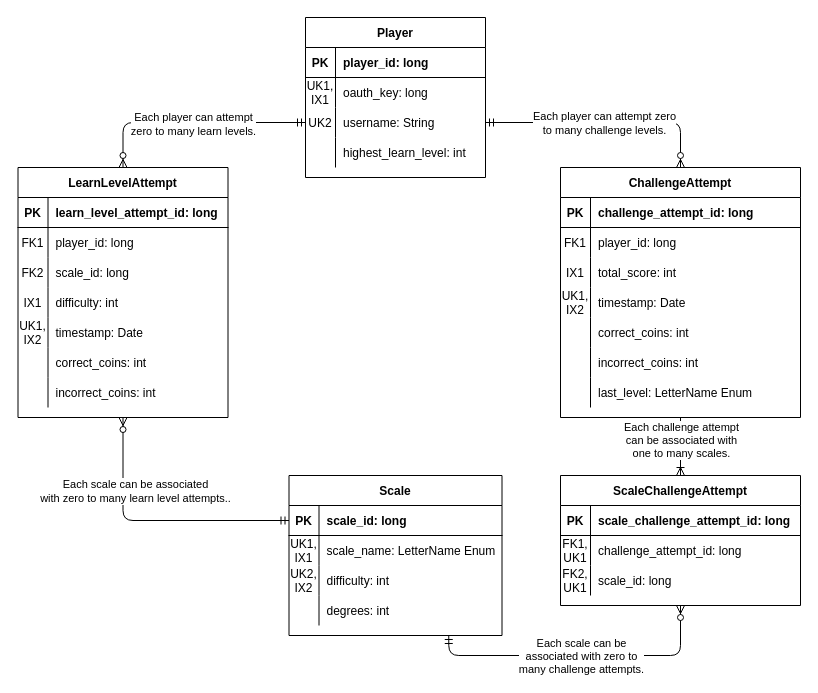
This is docs/work/erd.drawio from lsteiner9/ScaleScroller, a draw.io file, before an edit. Source tidied: cells renumbered, new cells numbered last; positions are measured from the earlier drawing's top-left corner, leaving out a move shared by most shapes. Both pictures are drawn from the tidied source at 100%, with x=0, y=0 at pixel (17, 17).
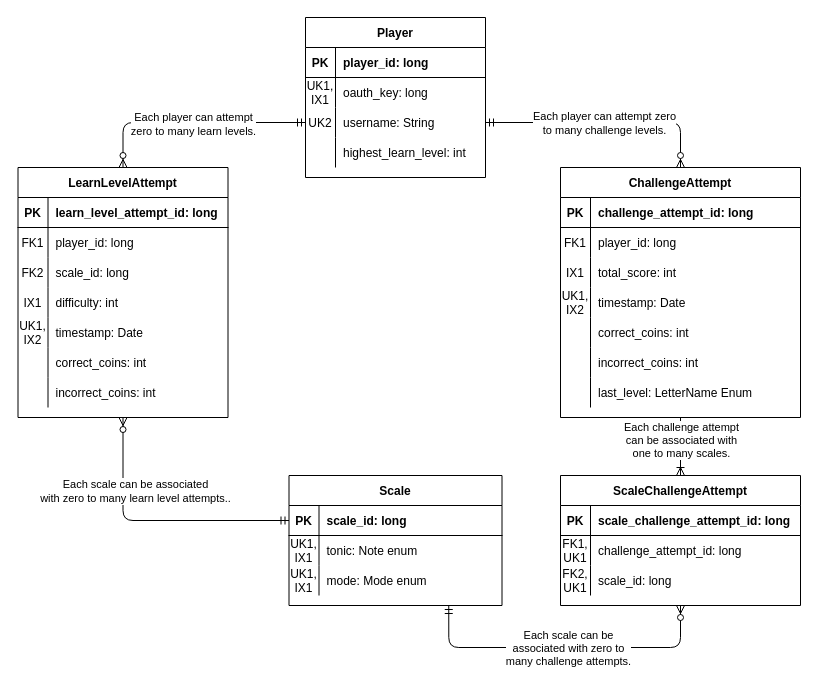
Above is the later version.

Unchanged cells that the change refers to:
```xml
<mxCell id="8" value="ScaleChallengeAttempt" style="shape=table;startSize=30;childLayout=tableLayout;rowLines=0;fontStyle=1;align=center;" parent="1" vertex="1">
  <mxGeometry x="543" y="458" width="240" height="130" as="geometry" />
</mxCell>
<mxCell id="26" style="shape=partialRectangle;fillColor=none;top=0;left=0;bottom=0;right=0;" parent="22" vertex="1">
  <mxGeometry y="60" width="213" height="30" as="geometry" />
</mxCell>
<mxCell id="29" style="shape=partialRectangle;fillColor=none;top=0;left=0;bottom=0;right=0;" parent="22" vertex="1">
  <mxGeometry y="90" width="213" height="30" as="geometry" />
</mxCell>
```

Diff of the diagram source:
```diff
@@
     <mxCell id="18" style="jettySize=auto;html=1;exitX=0.75;exitY=1;exitDx=0;exitDy=0;entryX=0.5;entryY=1;entryDx=0;entryDy=0;startArrow=ERmandOne;startFill=0;endArrow=ERzeroToMany;endFill=1;edgeStyle=orthogonalEdgeStyle;" parent="1" edge="1" source="22" target="8">
-      <mxGeometry relative="1" as="geometry" />
+      <mxGeometry relative="1" as="geometry">
+        <Array as="points">
+          <mxPoint x="431" y="630" />
+          <mxPoint x="663" y="630" />
+        </Array>
+      </mxGeometry>
     </mxCell>
@@
     <mxCell id="22" value="Scale" style="shape=table;startSize=30;childLayout=tableLayout;rowLines=0;fontStyle=1;align=center;" parent="1" vertex="1">
-      <mxGeometry x="271.5" y="458" width="213" height="160" as="geometry" />
+      <mxGeometry x="271.5" y="458" width="213" height="130" as="geometry" />
     </mxCell>
@@
-    <mxCell id="28" value="scale_name: LetterName Enum" style="shape=partialRectangle;fillColor=none;top=0;left=0;bottom=0;right=0;align=left;spacingLeft=6;overflow=hidden;" parent="26" vertex="1">
+    <mxCell id="28" value="tonic: Note enum" style="shape=partialRectangle;fillColor=none;top=0;left=0;bottom=0;right=0;align=left;spacingLeft=6;overflow=hidden;" parent="26" vertex="1">
       <mxGeometry x="30" width="183" height="30" as="geometry" />
     </mxCell>
@@
-    <mxCell id="30" value="UK2,&#10;IX2" style="shape=partialRectangle;fillColor=none;top=0;left=0;bottom=0;right=0;overflow=hidden;" parent="29" vertex="1">
+    <mxCell id="30" value="UK1,&#10;IX1" style="shape=partialRectangle;fillColor=none;top=0;left=0;bottom=0;right=0;overflow=hidden;" parent="29" vertex="1">
       <mxGeometry width="30" height="30" as="geometry" />
     </mxCell>
-    <mxCell id="31" value="difficulty: int" style="shape=partialRectangle;fillColor=none;top=0;left=0;bottom=0;right=0;align=left;spacingLeft=6;overflow=hidden;" parent="29" vertex="1">
+    <mxCell id="31" value="mode: Mode enum" style="shape=partialRectangle;fillColor=none;top=0;left=0;bottom=0;right=0;align=left;spacingLeft=6;overflow=hidden;" parent="29" vertex="1">
       <mxGeometry x="30" width="183" height="30" as="geometry" />
     </mxCell>
-    <mxCell id="32" style="shape=partialRectangle;fillColor=none;top=0;left=0;bottom=0;right=0;" parent="22" vertex="1">
-      <mxGeometry y="120" width="213" height="30" as="geometry" />
-    </mxCell>
-    <mxCell id="33" style="shape=partialRectangle;fillColor=none;top=0;left=0;bottom=0;right=0;overflow=hidden;" parent="32" vertex="1">
-      <mxGeometry width="30" height="30" as="geometry" />
-    </mxCell>
-    <mxCell id="34" value="degrees: int" style="shape=partialRectangle;fillColor=none;top=0;left=0;bottom=0;right=0;align=left;spacingLeft=6;overflow=hidden;" parent="32" vertex="1">
-      <mxGeometry x="30" width="183" height="30" as="geometry" />
-    </mxCell>
```
